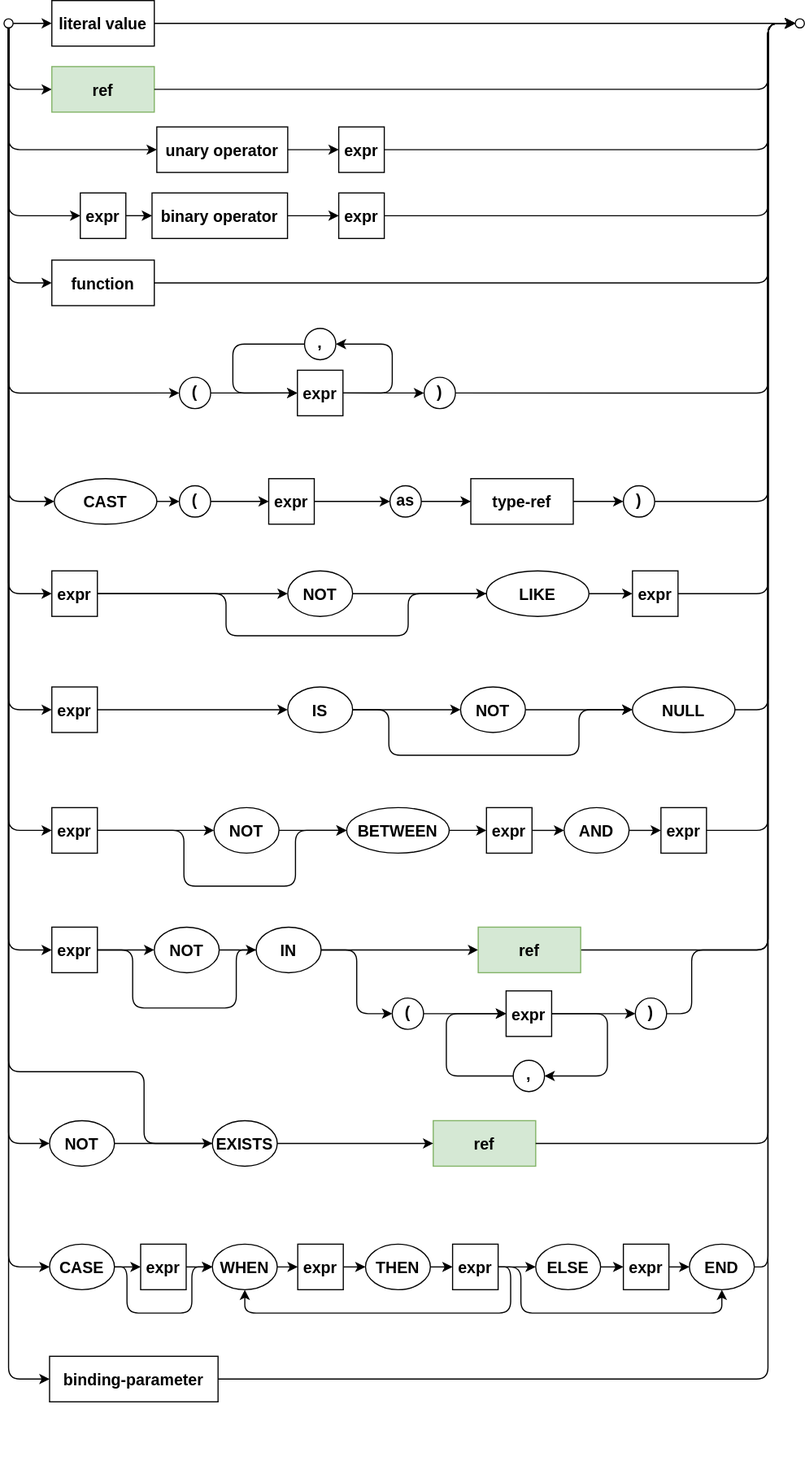
capire/docs keeps this draw.io diagram as assets/cxl/expr.drawio.svg. Above is the earlier version. Source tidied: cells renumbered, new cells last; positions are measured from the earlier drawing's top-left corner, leaving out a move shared by most shapes.
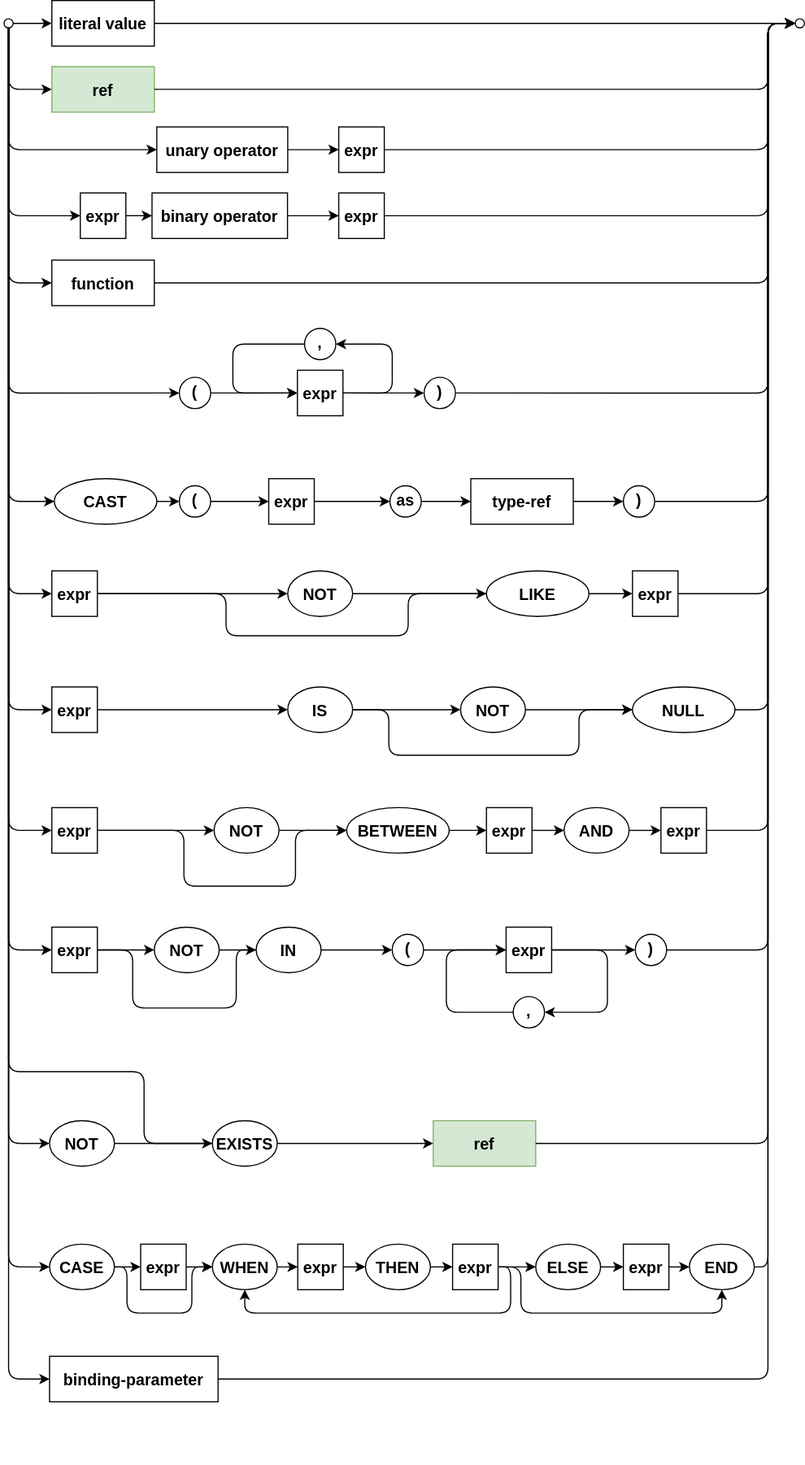
After the change.

What changed in the source:
```diff
@@ -343,38 +343,38 @@
       <mxGeometry relative="1" as="geometry" />
     </mxCell>
     <mxCell id="85" value="(" style="ellipse;verticalAlign=top;spacingBottom=4;textDirection=ltr;spacing=0;strokeWidth=1;fontSize=14;fontStyle=1;horizontal=1;labelBorderColor=none;textShadow=0;" parent="1" vertex="1">
-      <mxGeometry x="341" y="876.2" width="27.5" height="27.5" as="geometry" />
+      <mxGeometry x="341" y="820.2" width="27.5" height="27.5" as="geometry" />
     </mxCell>
     <mxCell id="86" value=")" style="ellipse;verticalAlign=top;spacingBottom=4;textDirection=ltr;spacing=0;strokeWidth=1;fontSize=14;fontStyle=1;horizontal=1;labelBorderColor=none;textShadow=0;" parent="1" vertex="1">
-      <mxGeometry x="554.5" y="876.2" width="27.5" height="27.5" as="geometry" />
+      <mxGeometry x="554.5" y="820.2" width="27.5" height="27.5" as="geometry" />
     </mxCell>
     <mxCell id="87" value="expr" style="rounded=0;strokeWidth=1;arcSize=37;textDirection=ltr;verticalAlign=middle;spacing=2;fontSize=14;fontStyle=1;horizontal=1;labelBorderColor=none;textShadow=0;strokeColor=default;align=center;fontFamily=Helvetica;fontColor=default;fillColor=default;" parent="1" vertex="1">
-      <mxGeometry x="441" y="870" width="40" height="40" as="geometry" />
+      <mxGeometry x="441" y="814" width="40" height="40" as="geometry" />
     </mxCell>
     <mxCell id="88" style="edgeStyle=orthogonalEdgeStyle;rounded=1;jettySize=auto;exitX=1;exitY=0.5;exitDx=0;exitDy=0;entryX=0;entryY=0.5;entryDx=0;entryDy=0;startArrow=none;startFill=0;endArrow=classic;endFill=1;startSize=6;endSize=6;align=center;textDirection=ltr;verticalAlign=middle;spacing=2;strokeWidth=1;fontSize=14;fontStyle=1;horizontal=1;labelBorderColor=none;textShadow=0;" parent="1" edge="1" source="85" target="87">
       <mxGeometry relative="1" as="geometry">
         <Array as="points">
-          <mxPoint x="376.5" y="890" />
-          <mxPoint x="376.5" y="890" />
+          <mxPoint x="376.5" y="834" />
+          <mxPoint x="376.5" y="834" />
         </Array>
       </mxGeometry>
     </mxCell>
     <mxCell id="89" value="," style="ellipse;verticalAlign=middle;spacingBottom=4;textDirection=ltr;spacing=2;strokeWidth=1;fontSize=14;fontStyle=1;horizontal=1;labelBorderColor=none;textShadow=0;" parent="1" vertex="1">
-      <mxGeometry x="447.2" y="931" width="27.5" height="27.5" as="geometry" />
+      <mxGeometry x="447.2" y="875" width="27.5" height="27.5" as="geometry" />
     </mxCell>
     <mxCell id="90" style="edgeStyle=orthogonalEdgeStyle;rounded=1;jettySize=auto;exitX=1;exitY=0.5;exitDx=0;exitDy=0;entryX=1;entryY=0.5;entryDx=0;entryDy=0;startArrow=none;startFill=0;endArrow=classic;endFill=1;startSize=6;endSize=6;align=center;textDirection=ltr;verticalAlign=middle;spacing=2;strokeWidth=1;fontSize=14;fontStyle=1;horizontal=1;labelBorderColor=none;textShadow=0;" parent="1" edge="1" source="87" target="89">
       <mxGeometry relative="1" as="geometry">
         <Array as="points">
-          <mxPoint x="530" y="890" />
-          <mxPoint x="530" y="944" />
+          <mxPoint x="530" y="834" />
+          <mxPoint x="530" y="888" />
         </Array>
       </mxGeometry>
     </mxCell>
     <mxCell id="91" style="edgeStyle=orthogonalEdgeStyle;rounded=1;jettySize=auto;entryX=0;entryY=0.5;entryDx=0;entryDy=0;startArrow=none;startFill=0;endArrow=classic;endFill=1;startSize=6;endSize=6;align=center;exitX=0;exitY=0.5;exitDx=0;exitDy=0;textDirection=ltr;verticalAlign=middle;spacing=2;strokeWidth=1;fontSize=14;fontStyle=1;horizontal=1;labelBorderColor=none;textShadow=0;" parent="1" edge="1" source="89" target="87">
       <mxGeometry relative="1" as="geometry">
         <Array as="points">
-          <mxPoint x="388.5" y="945" />
-          <mxPoint x="388.5" y="890" />
+          <mxPoint x="388.5" y="889" />
+          <mxPoint x="388.5" y="834" />
         </Array>
       </mxGeometry>
     </mxCell>
@@ -384,8 +384,6 @@
     <mxCell id="93" style="edgeStyle=orthogonalEdgeStyle;rounded=1;jettySize=auto;exitX=1;exitY=0.5;exitDx=0;exitDy=0;entryX=0;entryY=0.5;entryDx=0;entryDy=0;startArrow=none;startFill=0;endArrow=classic;endFill=1;startSize=6;endSize=6;align=center;textDirection=ltr;verticalAlign=middle;spacing=2;strokeWidth=1;fontSize=14;fontStyle=1;horizontal=1;labelBorderColor=none;textShadow=0;" parent="1" edge="1" source="86" target="7">
       <mxGeometry relative="1" as="geometry">
         <Array as="points">
-          <mxPoint x="604" y="890" />
-          <mxPoint x="604" y="834" />
           <mxPoint x="671" y="834" />
           <mxPoint x="671" y="20" />
         </Array>
@@ -556,19 +554,5 @@
     <mxCell id="133" style="edgeStyle=orthogonalEdgeStyle;rounded=1;jettySize=auto;html=1;exitX=1;exitY=0.5;exitDx=0;exitDy=0;entryX=0;entryY=0.5;entryDx=0;entryDy=0;startArrow=none;startFill=0;endArrow=classic;endFill=1;startSize=6;endSize=6;align=center;fontSize=12;labelBackgroundColor=none;" parent="1" edge="1" source="100" target="85">
       <mxGeometry relative="1" as="geometry" />
     </mxCell>
-    <mxCell id="134" style="edgeStyle=orthogonalEdgeStyle;rounded=1;jettySize=auto;html=1;exitX=1;exitY=0.5;exitDx=0;exitDy=0;entryX=0;entryY=0.5;entryDx=0;entryDy=0;startArrow=none;startFill=0;endArrow=classic;endFill=1;startSize=6;endSize=6;align=center;fontSize=12;labelBackgroundColor=none;" parent="1" edge="1" source="100" target="136">
-      <mxGeometry relative="1" as="geometry" />
-    </mxCell>
-    <mxCell id="135" style="edgeStyle=orthogonalEdgeStyle;rounded=1;jettySize=auto;html=1;startArrow=none;startFill=0;endArrow=classic;endFill=1;startSize=6;endSize=6;align=center;fontSize=12;labelBackgroundColor=none;entryX=0;entryY=0.5;entryDx=0;entryDy=0;exitX=1;exitY=0.5;exitDx=0;exitDy=0;" parent="1" edge="1" source="136" target="7">
-      <mxGeometry relative="1" as="geometry">
-        <Array as="points">
-          <mxPoint x="671" y="834" />
-          <mxPoint x="671" y="20" />
-        </Array>
-      </mxGeometry>
-    </mxCell>
-    <mxCell id="136" value="ref" style="rounded=0;strokeWidth=1;arcSize=37;textDirection=ltr;verticalAlign=middle;spacing=2;fontSize=14;fontStyle=1;horizontal=1;labelBorderColor=none;textShadow=0;fillColor=#d5e8d4;strokeColor=#82b366;" parent="1" vertex="1">
-      <mxGeometry x="416.5" y="814" width="90" height="40" as="geometry" />
-    </mxCell>
   </root>
 </mxGraphModel>
```
